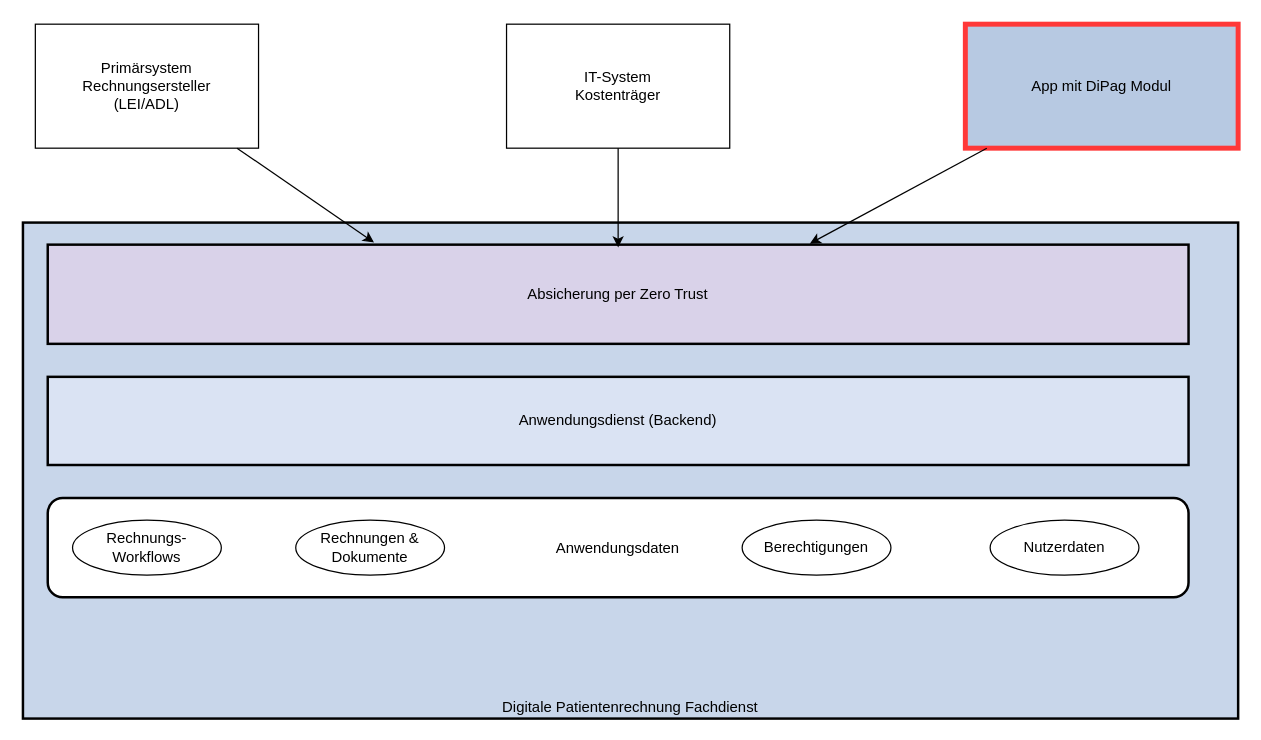
The draw.io diagram image_src/system_overview.drawio in gematik/ig-versicherten-app, before the edit. Source tidied: cells renumbered, new cells numbered last; positions are measured from the earlier drawing's top-left corner, leaving out a move shared by most shapes. Both pictures are drawn from the tidied source at 124%, with x=0, y=0 at pixel (22, 24).
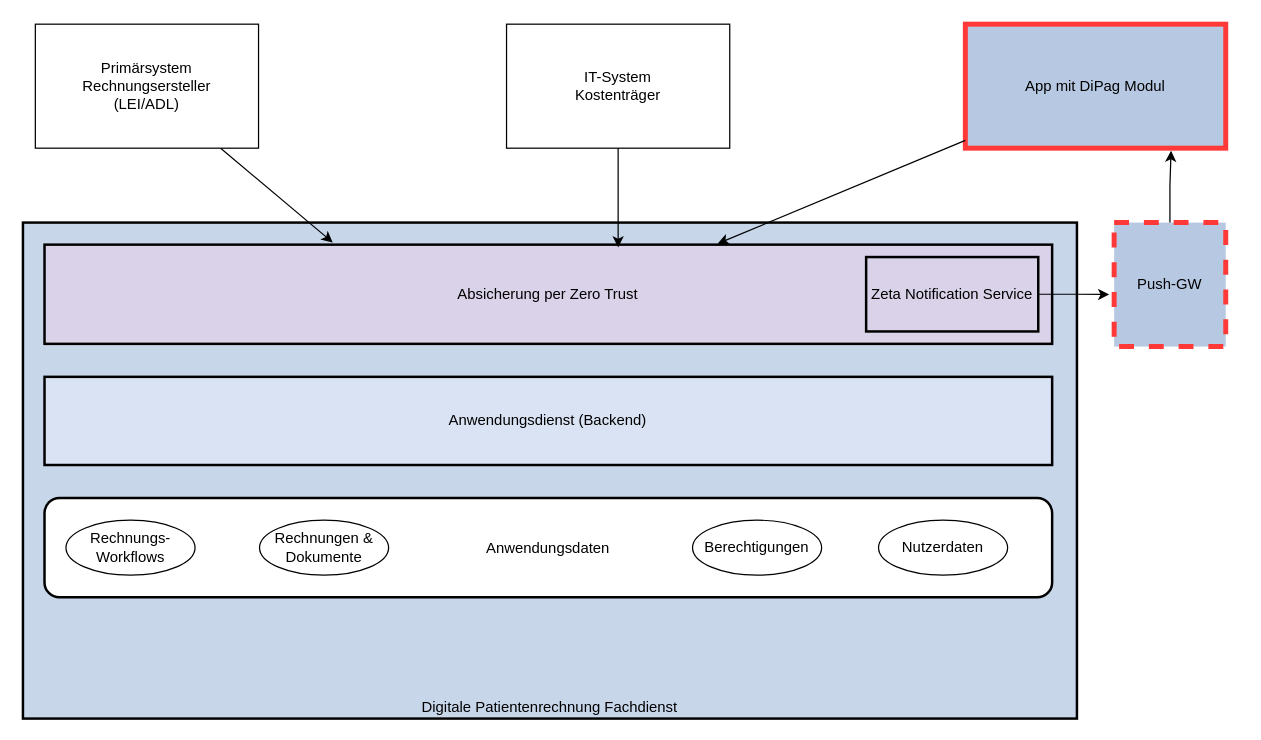
The same diagram, later.

Commit message:
docs: update system overview diagram with new components and improved layout

Diff of the diagram source:
```diff
@@
     <mxCell id="4" value="App mit DiPag Modul" style="fillColor=#b7c9e2;whiteSpace=wrap;html=1;strokeColor=#ff3838;strokeWidth=4;" parent="1" vertex="1">
-      <mxGeometry x="760" width="220" height="100" as="geometry" />
+      <mxGeometry x="760" width="210" height="100" as="geometry" />
     </mxCell>
     <mxCell id="5" value="Digitale Patientenrechnung Fachdienst" style="fillColor=#c8d6ea;strokeWidth=2;whiteSpace=wrap;html=1;verticalAlign=bottom;" parent="1" vertex="1">
-      <mxGeometry y="160" width="980" height="400" as="geometry" />
+      <mxGeometry y="160" width="850" height="400" as="geometry" />
     </mxCell>
     <mxCell id="6" value="Absicherung per Zero Trust" style="fillColor=#d9d2e9;strokeWidth=2;whiteSpace=wrap;html=1;" parent="5" vertex="1">
-      <mxGeometry x="20" y="17.8" width="920" height="80" as="geometry" />
+      <mxGeometry x="17.4" y="17.8" width="812.6" height="80" as="geometry" />
     </mxCell>
     <mxCell id="7" value="Anwendungsdienst (Backend)" style="fillColor=#dae3f3;strokeWidth=2;whiteSpace=wrap;html=1;" parent="5" vertex="1">
-      <mxGeometry x="20" y="124.4" width="920" height="71.1" as="geometry" />
+      <mxGeometry x="17.4" y="124.4" width="812.6" height="71.1" as="geometry" />
     </mxCell>
     <mxCell id="8" value="Anwendungsdaten" style="rounded=1;fillColor=#ffffff;strokeWidth=2;" parent="5" vertex="1">
-      <mxGeometry x="20" y="222.2" width="920" height="80" as="geometry" />
+      <mxGeometry x="17.4" y="222.2" width="812.6" height="80" as="geometry" />
     </mxCell>
     <mxCell id="9" value="Rechnungs-Workflows" style="ellipse;whiteSpace=wrap;html=1;" parent="5" vertex="1">
-      <mxGeometry x="40" y="240" width="120" height="44.4" as="geometry" />
+      <mxGeometry x="34.7" y="240" width="104.1" height="44.4" as="geometry" />
     </mxCell>
     <mxCell id="10" value="Rechnungen &amp; Dokumente" style="ellipse;whiteSpace=wrap;html=1;" parent="5" vertex="1">
-      <mxGeometry x="220" y="240" width="120" height="44.4" as="geometry" />
+      <mxGeometry x="190.8" y="240" width="104.1" height="44.4" as="geometry" />
     </mxCell>
     <mxCell id="11" value="Nutzerdaten" style="ellipse;whiteSpace=wrap;html=1;" parent="5" vertex="1">
-      <mxGeometry x="780" y="240" width="120" height="44.4" as="geometry" />
+      <mxGeometry x="690" y="240" width="104.1" height="44.4" as="geometry" />
     </mxCell>
     <mxCell id="12" value="Berechtigungen" style="ellipse;whiteSpace=wrap;html=1;" parent="5" vertex="1">
-      <mxGeometry x="580" y="240" width="120" height="44.4" as="geometry" />
+      <mxGeometry x="540" y="240" width="104.1" height="44.4" as="geometry" />
     </mxCell>
+    <mxCell id="16" value="Zeta Notification Service" style="fillColor=#d9d2e9;strokeWidth=2;whiteSpace=wrap;html=1;" parent="5" vertex="1">
+      <mxGeometry x="680" y="27.8" width="138.8" height="60" as="geometry" />
+    </mxCell>
@@
+    <mxCell id="17" value="Push-GW" style="fillColor=#b7c9e2;whiteSpace=wrap;html=1;strokeColor=#ff3838;strokeWidth=4;dashed=1;" parent="1" vertex="1">
+      <mxGeometry x="880" y="160" width="90" height="100" as="geometry" />
+    </mxCell>
+    <mxCell id="18" style="edgeStyle=orthogonalEdgeStyle;rounded=0;jettySize=auto;html=1;exitX=1;exitY=0.5;exitDx=0;exitDy=0;entryX=-0.044;entryY=0.58;entryDx=0;entryDy=0;entryPerimeter=0;" parent="1" edge="1" source="16" target="17">
+      <mxGeometry relative="1" as="geometry" />
+    </mxCell>
+    <mxCell id="19" style="edgeStyle=orthogonalEdgeStyle;rounded=0;jettySize=auto;html=1;entryX=0.79;entryY=1.02;entryDx=0;entryDy=0;entryPerimeter=0;" parent="1" edge="1" source="17" target="4">
+      <mxGeometry relative="1" as="geometry" />
+    </mxCell>
```
